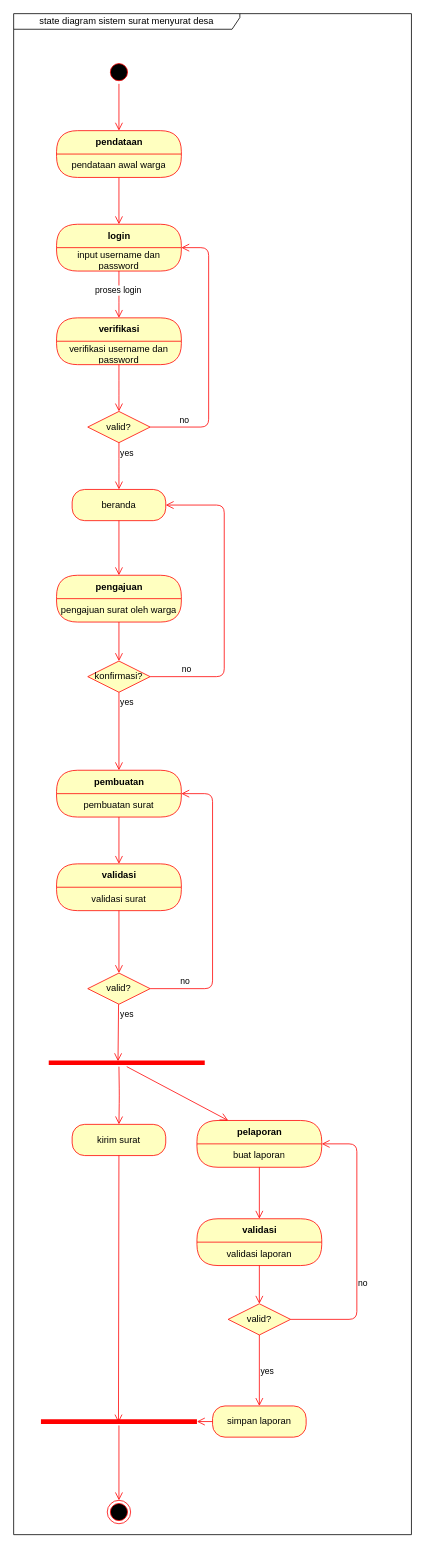
The draw.io diagram page "state fix" (2 of 7) of state Diagram.drawio in novianh/desain-dan-analis-sistem, before the edit. Source tidied: cells renumbered, new cells numbered last; positions are measured from the earlier drawing's top-left corner, leaving out a move shared by most shapes. Both pictures are drawn from the tidied source at 78%, with x=0, y=0 at pixel (13, 13).
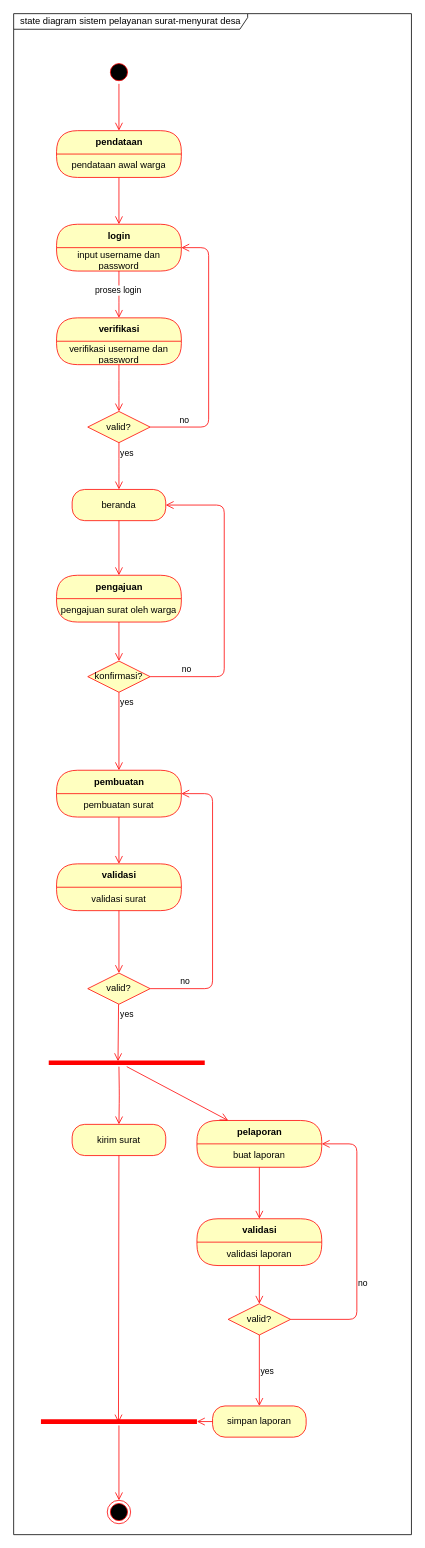
The same page after the edit.

The edit, as a diff of the source:
```diff
@@
-    <mxCell id="2" value="state diagram sistem surat menyurat desa" style="shape=umlFrame;whiteSpace=wrap;html=1;width=290;height=20;" parent="1" vertex="1">
+    <mxCell id="2" value="state diagram sistem pelayanan surat-menyurat desa" style="shape=umlFrame;whiteSpace=wrap;html=1;width=300;height=20;" parent="1" vertex="1">
       <mxGeometry width="510" height="1950" as="geometry" />
     </mxCell>
```
